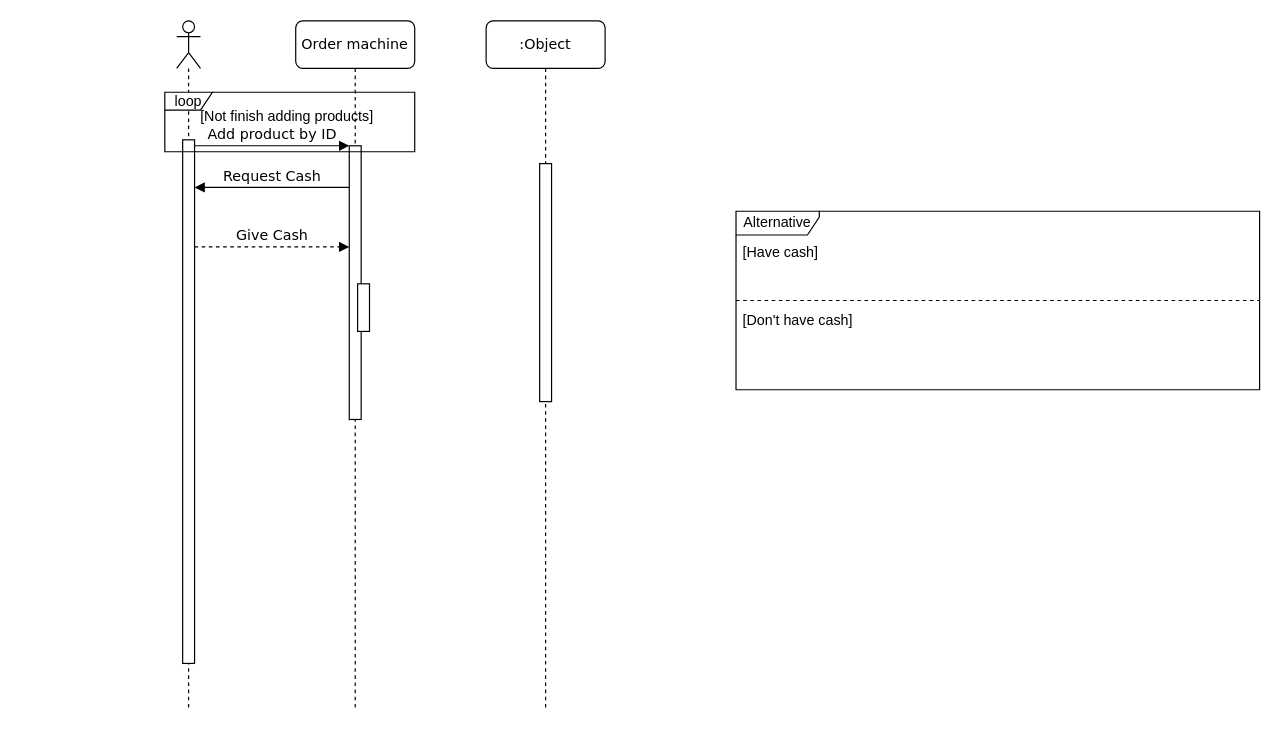
The draw.io diagram page "ReceiveOrder" (2 of 2) of Diagrams/Sequence Diagram.drawio in Abcdavid00/Cafe-Management-Application, before the edit. Source tidied: cells renumbered, new cells numbered last; positions are measured from the earlier drawing's top-left corner, leaving out a move shared by most shapes. Both pictures are drawn from the tidied source at 119%, with x=0, y=0 at pixel (164, 20).
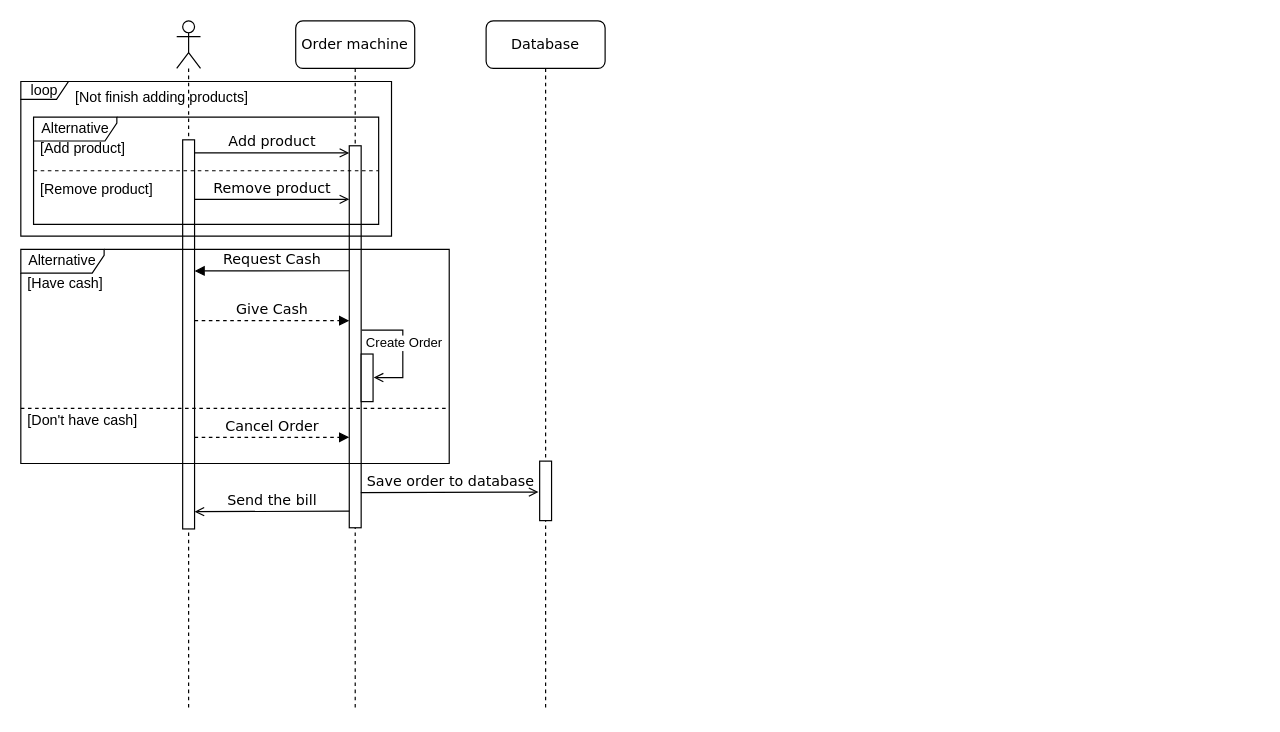
Above is the later version.

Change to the diagram source:
```diff
@@
     <mxCell id="3" style="html=1;points=[];perimeter=orthogonalPerimeter;rounded=0;shadow=0;comic=0;labelBackgroundColor=none;strokeWidth=1;fontFamily=Verdana;fontSize=12;align=center;" parent="1" vertex="1">
-      <mxGeometry x="15" y="100" width="10" height="440" as="geometry" />
+      <mxGeometry x="15" y="100" width="10" height="327" as="geometry" />
     </mxCell>
@@
-    <mxCell id="5" value=":Object" style="shape=umlLifeline;perimeter=lifelinePerimeter;whiteSpace=wrap;html=1;rounded=1;shadow=0;comic=0;labelBackgroundColor=none;strokeWidth=1;fontFamily=Verdana;fontSize=12;align=center;" parent="1" vertex="1">
+    <mxCell id="5" value="Database" style="shape=umlLifeline;perimeter=lifelinePerimeter;whiteSpace=wrap;html=1;rounded=1;shadow=0;comic=0;labelBackgroundColor=none;strokeWidth=1;fontFamily=Verdana;fontSize=12;align=center;" parent="1" vertex="1">
       <mxGeometry x="270" width="100" height="580" as="geometry" />
     </mxCell>
     <mxCell id="6" style="html=1;perimeter=orthogonalPerimeter;rounded=0;shadow=0;comic=0;labelBackgroundColor=none;strokeWidth=1;fontFamily=Verdana;fontSize=12;align=center;" parent="5" vertex="1">
-      <mxGeometry x="45" y="120" width="10" height="200" as="geometry" />
+      <mxGeometry x="45" y="370" width="10" height="50" as="geometry" />
     </mxCell>
-    <mxCell id="7" value="Add product by ID" style="html=1;verticalAlign=bottom;endArrow=block;entryX=0;entryY=0;labelBackgroundColor=none;fontFamily=Verdana;fontSize=12;edgeStyle=elbowEdgeStyle;elbow=vertical;" parent="1" edge="1" source="3" target="14">
-      <mxGeometry relative="1" as="geometry" />
+    <mxCell id="7" value="Add product" style="html=1;verticalAlign=bottom;endArrow=open;entryX=0;entryY=0;labelBackgroundColor=none;fontFamily=Verdana;fontSize=12;edgeStyle=elbowEdgeStyle;elbow=vertical;endFill=0;" parent="1" edge="1">
+      <mxGeometry relative="1" as="geometry">
+        <mxPoint x="25" y="111" as="sourcePoint" />
+        <mxPoint x="155" y="111" as="targetPoint" />
+        <Array as="points">
+          <mxPoint x="100" y="111" />
+        </Array>
+      </mxGeometry>
     </mxCell>
+    <mxCell id="13" value="Give Cash" style="html=1;verticalAlign=bottom;endArrow=block;entryX=0;entryY=0;labelBackgroundColor=none;fontFamily=Verdana;fontSize=12;edgeStyle=elbowEdgeStyle;elbow=vertical;endFill=1;startArrow=none;startFill=0;dashed=1;" parent="1" edge="1">
+      <mxGeometry relative="1" as="geometry">
+        <mxPoint x="25" y="252" as="sourcePoint" />
+        <mxPoint x="155" y="252" as="targetPoint" />
+      </mxGeometry>
+    </mxCell>
+    <mxCell id="14" style="html=1;points=[];perimeter=orthogonalPerimeter;rounded=0;shadow=0;comic=0;labelBackgroundColor=none;strokeWidth=1;fontFamily=Verdana;fontSize=12;align=center;" parent="1" vertex="1">
+      <mxGeometry x="155" y="105" width="10" height="321" as="geometry" />
+    </mxCell>
+    <mxCell id="15" value="Request Cash" style="html=1;verticalAlign=bottom;endArrow=none;entryX=0;entryY=0;labelBackgroundColor=none;fontFamily=Verdana;fontSize=12;edgeStyle=elbowEdgeStyle;elbow=vertical;endFill=0;startArrow=block;startFill=1;" parent="1" edge="1">
+      <mxGeometry relative="1" as="geometry">
+        <mxPoint x="25" y="210.2" as="sourcePoint" />
+        <mxPoint x="155" y="210.2" as="targetPoint" />
+      </mxGeometry>
+    </mxCell>
+    <mxCell id="20" style="edgeStyle=orthogonalEdgeStyle;rounded=0;jettySize=auto;html=1;exitX=1.055;exitY=0.494;exitDx=0;exitDy=0;exitPerimeter=0;entryX=1.054;entryY=0.593;entryDx=0;entryDy=0;entryPerimeter=0;endArrow=none;endFill=0;startArrow=open;startFill=0;" parent="1" edge="1" source="19">
+      <mxGeometry relative="1" as="geometry">
+        <mxPoint x="165.5" y="259.9" as="targetPoint" />
+        <Array as="points">
+          <mxPoint x="200" y="300" />
+          <mxPoint x="200" y="260" />
+        </Array>
+      </mxGeometry>
+    </mxCell>
+    <mxCell id="21" value="Create Order" style="edgeLabel;html=1;align=center;verticalAlign=middle;" parent="20" vertex="1">
+      <mxGeometry x="0.07" y="-1" relative="1" as="geometry">
+        <mxPoint x="-1" y="-1" as="offset" />
+      </mxGeometry>
+    </mxCell>
+    <mxCell id="19" style="html=1;points=[];perimeter=orthogonalPerimeter;rounded=0;shadow=0;comic=0;labelBackgroundColor=none;strokeWidth=1;fontFamily=Verdana;fontSize=12;align=center;" parent="1" vertex="1">
+      <mxGeometry x="165" y="280" width="10" height="40" as="geometry" />
+    </mxCell>
+    <mxCell id="22" value="Remove product" style="html=1;verticalAlign=bottom;endArrow=open;entryX=0;entryY=0;labelBackgroundColor=none;fontFamily=Verdana;fontSize=12;edgeStyle=elbowEdgeStyle;elbow=vertical;endFill=0;" parent="1" edge="1">
+      <mxGeometry relative="1" as="geometry">
+        <mxPoint x="25" y="150" as="sourcePoint" />
+        <mxPoint x="155" y="150" as="targetPoint" />
+        <Array as="points">
+          <mxPoint x="100" y="150" />
+        </Array>
+      </mxGeometry>
+    </mxCell>
+    <mxCell id="23" style="group;" parent="1" vertex="1">
+      <mxGeometry x="-121" y="51" width="320" height="130" as="geometry" />
+    </mxCell>
+    <mxCell id="18" value="loop" style="shape=umlFrame;whiteSpace=wrap;html=1;width=40;height=15;" parent="23" vertex="1">
+      <mxGeometry width="311.5" height="130" as="geometry" />
+    </mxCell>
+    <mxCell id="17" value="[Not finish adding products]" style="text;strokeColor=none;fillColor=none;align=left;verticalAlign=top;spacingLeft=4;spacingRight=4;overflow=hidden;" parent="23" vertex="1">
+      <mxGeometry x="40" width="280" height="30" as="geometry" />
+    </mxCell>
+    <mxCell id="24" style="group;" parent="23" vertex="1">
+      <mxGeometry x="10.7" y="30" width="290" height="90" as="geometry" />
+    </mxCell>
+    <mxCell id="25" value="Alternative" style="shape=umlFrame;whiteSpace=wrap;html=1;width=70;height=20;" parent="24" vertex="1">
+      <mxGeometry width="290" height="90" as="geometry" />
+    </mxCell>
+    <mxCell id="26" style="line;strokeWidth=1;fillColor=none;align=left;verticalAlign=middle;spacingTop=-1;spacingLeft=3;spacingRight=3;labelPosition=right;dashed=1;" parent="24" vertex="1">
+      <mxGeometry y="43.2" width="290" height="3.6" as="geometry" />
+    </mxCell>
+    <mxCell id="27" value="[Remove product]" style="text;strokeColor=none;fillColor=none;align=left;verticalAlign=top;spacingLeft=4;spacingRight=4;overflow=hidden;dashed=1;" parent="24" vertex="1">
+      <mxGeometry y="46.8" width="290" height="16.2" as="geometry" />
+    </mxCell>
+    <mxCell id="28" value="[Add product]" style="text;strokeColor=none;fillColor=none;align=left;verticalAlign=top;spacingLeft=4;spacingRight=4;overflow=hidden;dashed=1;" parent="24" vertex="1">
+      <mxGeometry y="12.6" width="290" height="27.4" as="geometry" />
+    </mxCell>
+    <mxCell id="29" value="Cancel Order" style="html=1;verticalAlign=bottom;endArrow=block;entryX=0;entryY=0;labelBackgroundColor=none;fontFamily=Verdana;fontSize=12;edgeStyle=elbowEdgeStyle;elbow=vertical;endFill=1;startArrow=none;startFill=0;dashed=1;" parent="1" edge="1">
+      <mxGeometry relative="1" as="geometry">
+        <mxPoint x="25" y="350.1" as="sourcePoint" />
+        <mxPoint x="155" y="350.1" as="targetPoint" />
+      </mxGeometry>
+    </mxCell>
     <mxCell id="8" style="group;" parent="1" vertex="1">
-      <mxGeometry x="480" y="160" width="440" height="150" as="geometry" />
+      <mxGeometry x="-121" y="192" width="360" height="180" as="geometry" />
     </mxCell>
     <mxCell id="9" value="Alternative" style="shape=umlFrame;whiteSpace=wrap;html=1;width=70;height=20;" parent="8" vertex="1">
-      <mxGeometry width="440" height="150" as="geometry" />
+      <mxGeometry width="360" height="180" as="geometry" />
     </mxCell>
     <mxCell id="10" style="line;strokeWidth=1;fillColor=none;align=left;verticalAlign=middle;spacingTop=-1;spacingLeft=3;spacingRight=3;labelPosition=right;dashed=1;" parent="8" vertex="1">
-      <mxGeometry y="72" width="440" height="6" as="geometry" />
+      <mxGeometry y="130" width="360" height="7.2" as="geometry" />
     </mxCell>
     <mxCell id="11" value="[Don't have cash]" style="text;strokeColor=none;fillColor=none;align=left;verticalAlign=top;spacingLeft=4;spacingRight=4;overflow=hidden;dashed=1;" parent="8" vertex="1">
-      <mxGeometry y="78" width="146.7" height="20" as="geometry" />
+      <mxGeometry y="130" width="360" height="18.9" as="geometry" />
     </mxCell>
     <mxCell id="12" value="[Have cash]" style="text;strokeColor=none;fillColor=none;align=left;verticalAlign=top;spacingLeft=4;spacingRight=4;overflow=hidden;dashed=1;" parent="8" vertex="1">
-      <mxGeometry y="21" width="100" height="26" as="geometry" />
+      <mxGeometry y="15" width="360" height="17.4" as="geometry" />
     </mxCell>
-    <mxCell id="13" value="Give Cash" style="html=1;verticalAlign=bottom;endArrow=block;entryX=0;entryY=0;labelBackgroundColor=none;fontFamily=Verdana;fontSize=12;edgeStyle=elbowEdgeStyle;elbow=vertical;endFill=1;startArrow=none;startFill=0;dashed=1;" parent="1" edge="1">
-      <mxGeometry relative="1" as="geometry">
-        <mxPoint x="25" y="190" as="sourcePoint" />
-        <mxPoint x="155" y="190" as="targetPoint" />
-      </mxGeometry>
-    </mxCell>
-    <mxCell id="14" style="html=1;points=[];perimeter=orthogonalPerimeter;rounded=0;shadow=0;comic=0;labelBackgroundColor=none;strokeWidth=1;fontFamily=Verdana;fontSize=12;align=center;" parent="1" vertex="1">
-      <mxGeometry x="155" y="105" width="10" height="230" as="geometry" />
-    </mxCell>
-    <mxCell id="15" value="Request Cash" style="html=1;verticalAlign=bottom;endArrow=none;entryX=0;entryY=0;labelBackgroundColor=none;fontFamily=Verdana;fontSize=12;edgeStyle=elbowEdgeStyle;elbow=vertical;endFill=0;startArrow=block;startFill=1;" parent="1" edge="1">
-      <mxGeometry relative="1" as="geometry">
-        <mxPoint x="25" y="140" as="sourcePoint" />
-        <mxPoint x="155" y="140" as="targetPoint" />
-      </mxGeometry>
-    </mxCell>
-    <mxCell id="16" style="group;" parent="1" vertex="1">
-      <mxGeometry y="60" width="210" height="50" as="geometry" />
-    </mxCell>
-    <mxCell id="17" value="[Not finish adding products]" style="text;strokeColor=none;fillColor=none;align=left;verticalAlign=top;spacingLeft=4;spacingRight=4;overflow=hidden;" parent="16" vertex="1">
-      <mxGeometry x="24.2" y="7.1" width="185.8" height="15.7" as="geometry" />
-    </mxCell>
-    <mxCell id="18" value="loop" style="shape=umlFrame;whiteSpace=wrap;html=1;width=40;height=15;" parent="16" vertex="1">
-      <mxGeometry width="210" height="50" as="geometry" />
-    </mxCell>
-    <mxCell id="19" style="html=1;points=[];perimeter=orthogonalPerimeter;rounded=0;shadow=0;comic=0;labelBackgroundColor=none;strokeWidth=1;fontFamily=Verdana;fontSize=12;align=center;" parent="1" vertex="1">
-      <mxGeometry x="162" y="221" width="10" height="40" as="geometry" />
-    </mxCell>
+    <mxCell id="30" value="Save order to database" style="html=1;verticalAlign=bottom;endArrow=open;labelBackgroundColor=none;fontFamily=Verdana;fontSize=12;elbow=vertical;exitX=0.974;exitY=0.695;exitDx=0;exitDy=0;exitPerimeter=0;endFill=0;" parent="1" edge="1">
+      <mxGeometry relative="1" as="geometry">
+        <mxPoint x="164.7" y="396.5" as="sourcePoint" />
+        <mxPoint x="314" y="396" as="targetPoint" />
+      </mxGeometry>
+    </mxCell>
+    <mxCell id="31" value="Send the bill" style="html=1;verticalAlign=bottom;endArrow=none;labelBackgroundColor=none;fontFamily=Verdana;fontSize=12;elbow=vertical;exitX=0.974;exitY=0.695;exitDx=0;exitDy=0;exitPerimeter=0;startArrow=open;startFill=0;endFill=0;" parent="1" edge="1">
+      <mxGeometry relative="1" as="geometry">
+        <mxPoint x="25" y="412.5" as="sourcePoint" />
+        <mxPoint x="155" y="412" as="targetPoint" />
+      </mxGeometry>
+    </mxCell>
```
